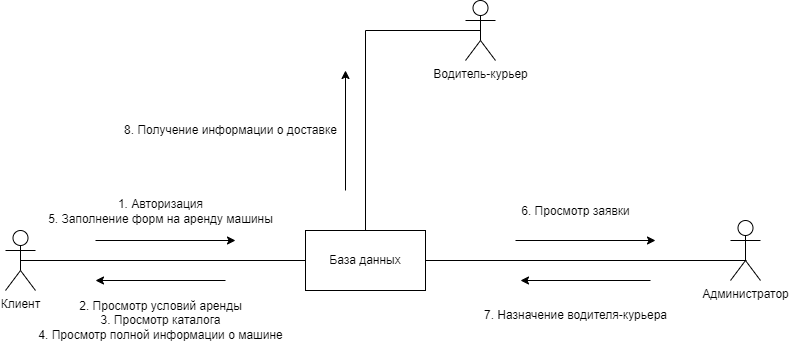
The draw.io diagram Diagrams/Диаграмма сотрудничества (Collaboration diagram)/Диаграмма сотрудничества.png in plnppt/Programming-technologies-project, before a commit. Source tidied: cells renumbered, new cells last; positions are measured from the earlier drawing's top-left corner, leaving out a move shared by most shapes. The source it was exported from:
```xml
<mxGraphModel>
  <root>
    <mxCell id="0" />
    <mxCell id="1" parent="0" />
    <mxCell id="2" value="Клиент" style="shape=umlActor;verticalLabelPosition=bottom;verticalAlign=top;html=1;outlineConnect=0;" parent="1" vertex="1">
      <mxGeometry y="230" width="30" height="60" as="geometry" />
    </mxCell>
    <mxCell id="3" value="Администратор" style="shape=umlActor;verticalLabelPosition=bottom;verticalAlign=top;html=1;" parent="1" vertex="1">
      <mxGeometry x="725" y="220" width="30" height="60" as="geometry" />
    </mxCell>
    <mxCell id="4" value="Водитель-курьер" style="shape=umlActor;verticalLabelPosition=bottom;verticalAlign=top;html=1;outlineConnect=0;" parent="1" vertex="1">
      <mxGeometry x="460" width="30" height="60" as="geometry" />
    </mxCell>
    <mxCell id="5" value="База данных" style="rounded=0;whiteSpace=wrap;html=1;" parent="1" vertex="1">
      <mxGeometry x="300" y="230" width="120" height="60" as="geometry" />
    </mxCell>
    <mxCell id="6" style="endArrow=none;html=1;rounded=0;exitX=0.5;exitY=0.5;exitDx=0;exitDy=0;exitPerimeter=0;entryX=0;entryY=0.5;entryDx=0;entryDy=0;" parent="1" edge="1" source="2" target="5">
      <mxGeometry relative="1" as="geometry" />
    </mxCell>
    <mxCell id="7" style="endArrow=classic;html=1;rounded=0;" parent="1" edge="1">
      <mxGeometry relative="1" as="geometry">
        <mxPoint x="90" y="240" as="sourcePoint" />
        <mxPoint x="230" y="240" as="targetPoint" />
      </mxGeometry>
    </mxCell>
    <mxCell id="8" value="1. Авторизация&lt;br&gt;5. Заполнение форм на аренду машины" style="text;html=1;align=center;verticalAlign=middle;strokeColor=none;fillColor=none;" parent="1" vertex="1">
      <mxGeometry x="30" y="191" width="250" height="40" as="geometry" />
    </mxCell>
    <mxCell id="9" style="endArrow=classic;html=1;rounded=0;" parent="1" edge="1">
      <mxGeometry relative="1" as="geometry">
        <mxPoint x="220" y="280" as="sourcePoint" />
        <mxPoint x="90" y="280" as="targetPoint" />
      </mxGeometry>
    </mxCell>
    <mxCell id="10" value="2. Просмотр условий аренды&lt;br&gt;3. Просмотр каталога&lt;br&gt;4. Просмотр полной информации о машине" style="text;html=1;align=center;verticalAlign=middle;strokeColor=none;fillColor=none;" parent="1" vertex="1">
      <mxGeometry x="20" y="290" width="270" height="60" as="geometry" />
    </mxCell>
    <mxCell id="11" style="endArrow=none;html=1;rounded=0;exitX=1;exitY=0.5;exitDx=0;exitDy=0;" parent="1" edge="1" source="5">
      <mxGeometry relative="1" as="geometry">
        <mxPoint x="741" y="260" as="targetPoint" />
      </mxGeometry>
    </mxCell>
    <mxCell id="12" value="6. Просмотр заявки" style="text;html=1;align=center;verticalAlign=middle;strokeColor=none;fillColor=none;" parent="1" vertex="1">
      <mxGeometry x="505" y="196" width="130" height="30" as="geometry" />
    </mxCell>
    <mxCell id="13" style="endArrow=classic;html=1;rounded=0;" parent="1" edge="1">
      <mxGeometry relative="1" as="geometry">
        <mxPoint x="510" y="240" as="sourcePoint" />
        <mxPoint x="650" y="240" as="targetPoint" />
      </mxGeometry>
    </mxCell>
    <mxCell id="14" style="endArrow=classic;html=1;rounded=0;" parent="1" edge="1">
      <mxGeometry relative="1" as="geometry">
        <mxPoint x="645" y="280" as="sourcePoint" />
        <mxPoint x="515" y="280" as="targetPoint" />
      </mxGeometry>
    </mxCell>
    <mxCell id="15" value="7. Назначение водителя-курьера" style="text;html=1;align=center;verticalAlign=middle;strokeColor=none;fillColor=none;" parent="1" vertex="1">
      <mxGeometry x="465" y="300" width="210" height="30" as="geometry" />
    </mxCell>
    <mxCell id="16" style="endArrow=none;html=1;rounded=0;exitX=0.5;exitY=0;exitDx=0;exitDy=0;entryX=0.5;entryY=0.5;entryDx=0;entryDy=0;entryPerimeter=0;edgeStyle=orthogonalEdgeStyle;" parent="1" edge="1" source="5" target="4">
      <mxGeometry relative="1" as="geometry">
        <Array as="points">
          <mxPoint x="360" y="30" />
        </Array>
      </mxGeometry>
    </mxCell>
    <mxCell id="17" style="endArrow=classic;html=1;rounded=0;" parent="1" edge="1">
      <mxGeometry relative="1" as="geometry">
        <mxPoint x="340" y="190" as="sourcePoint" />
        <mxPoint x="340" y="70" as="targetPoint" />
      </mxGeometry>
    </mxCell>
    <mxCell id="18" value="8. Получение информации о доставке" style="text;html=1;align=center;verticalAlign=middle;strokeColor=none;fillColor=none;" parent="1" vertex="1">
      <mxGeometry x="105" y="115" width="240" height="30" as="geometry" />
    </mxCell>
  </root>
</mxGraphModel>
```
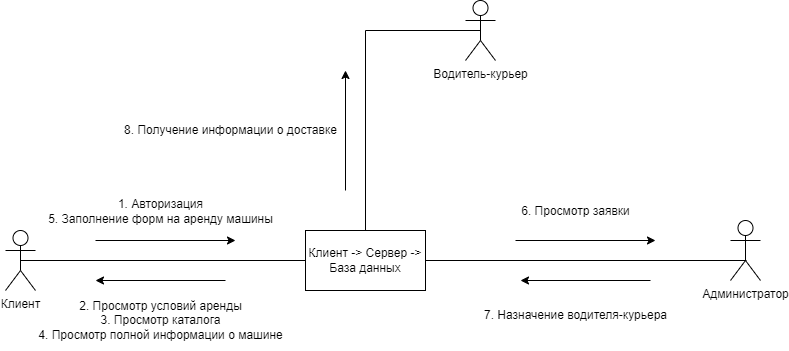
After the commit.

Commit message:
update collaboration diagram

What changed in the source:
```diff
@@ -11,7 +11,7 @@
     <mxCell id="4" value="Водитель-курьер" style="shape=umlActor;verticalLabelPosition=bottom;verticalAlign=top;html=1;outlineConnect=0;" parent="1" vertex="1">
       <mxGeometry x="460" width="30" height="60" as="geometry" />
     </mxCell>
-    <mxCell id="5" value="База данных" style="rounded=0;whiteSpace=wrap;html=1;" parent="1" vertex="1">
+    <mxCell id="5" value="Клиент -&amp;gt; Сервер -&amp;gt; База данных" style="rounded=0;whiteSpace=wrap;html=1;" parent="1" vertex="1">
       <mxGeometry x="300" y="230" width="120" height="60" as="geometry" />
     </mxCell>
     <mxCell id="6" style="endArrow=none;html=1;rounded=0;exitX=0.5;exitY=0.5;exitDx=0;exitDy=0;exitPerimeter=0;entryX=0;entryY=0.5;entryDx=0;entryDy=0;" parent="1" edge="1" source="2" target="5">
```
